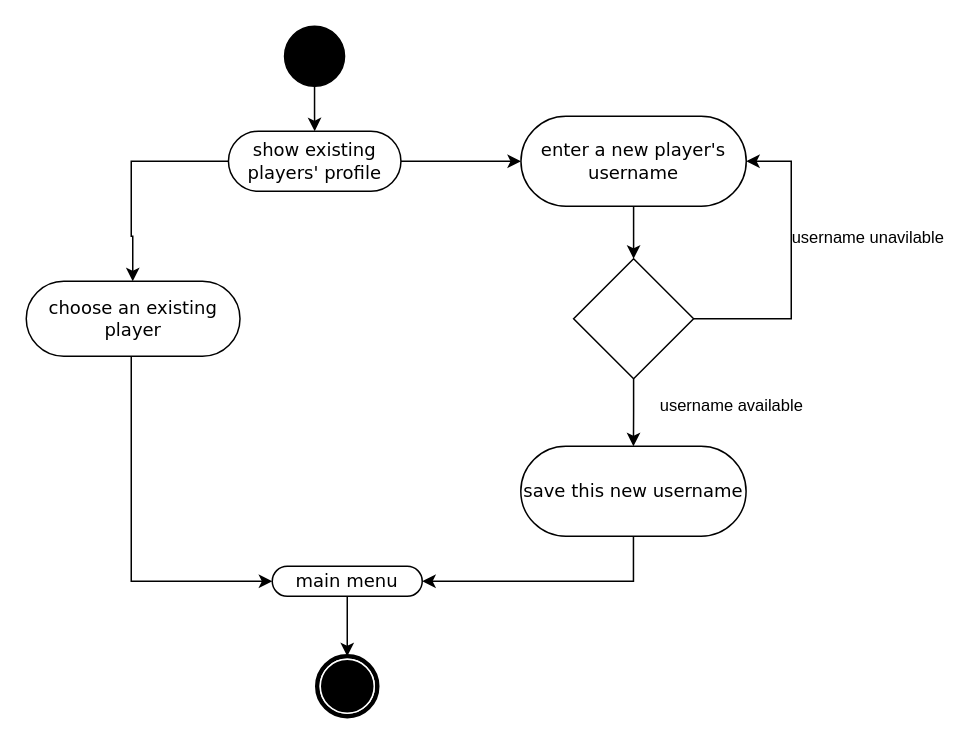
Before: choose player's profile.drawio in maxinimize/uml, a draw.io diagram. Source tidied: cells renumbered, new cells numbered last; positions are measured from the earlier drawing's top-left corner, leaving out a move shared by most shapes. Both pictures are drawn from the tidied source at 150%, with x=0, y=0 at pixel (26, 26).
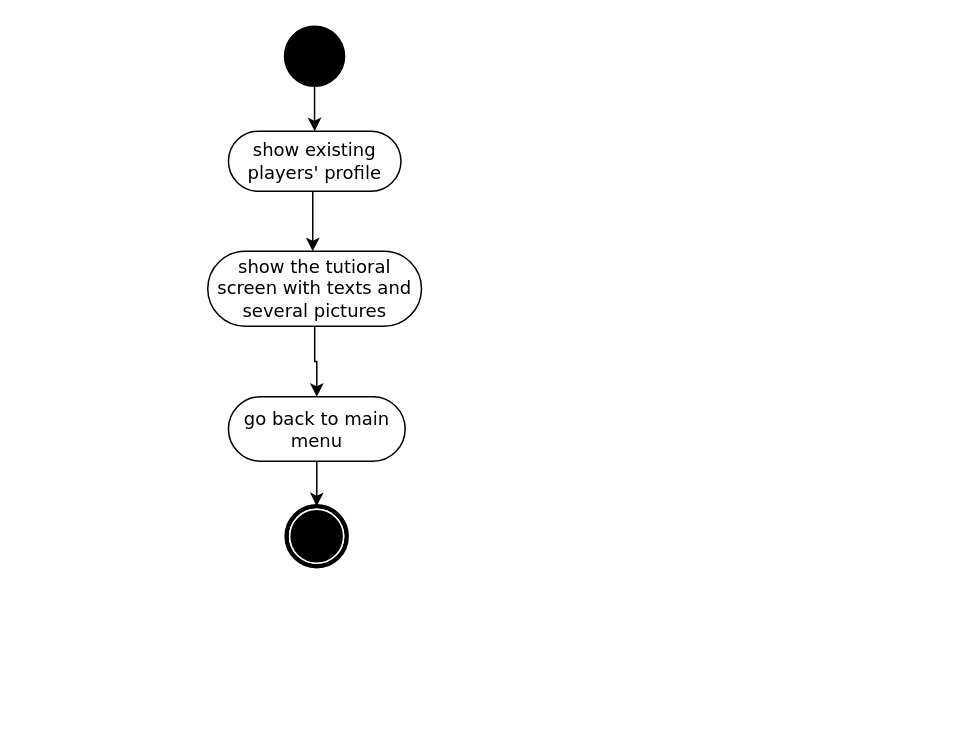
The same diagram, later.

Unchanged cells that the change refers to:
```xml
<mxCell id="16" value="show existing players' profile" style="rounded=1;whiteSpace=wrap;html=1;shadow=0;comic=0;labelBackgroundColor=none;strokeWidth=1;fontFamily=Verdana;fontSize=12;align=center;arcSize=50;" parent="1" vertex="1">
  <mxGeometry x="134.8" y="70" width="115" height="40" as="geometry" />
</mxCell>
```

Diff of the diagram source:
```diff
@@
     <mxCell id="2" style="edgeStyle=orthogonalEdgeStyle;rounded=0;jettySize=auto;html=1;" parent="1" edge="1" source="3" target="7">
-      <mxGeometry relative="1" as="geometry">
-        <Array as="points">
-          <mxPoint x="70" y="370" />
-        </Array>
-      </mxGeometry>
+      <mxGeometry relative="1" as="geometry" />
     </mxCell>
-    <mxCell id="3" value="choose an existing player" style="rounded=1;whiteSpace=wrap;html=1;shadow=0;comic=0;labelBackgroundColor=none;strokeWidth=1;fontFamily=Verdana;fontSize=12;align=center;arcSize=50;" parent="1" vertex="1">
-      <mxGeometry y="170" width="142.5" height="50" as="geometry" />
+    <mxCell id="3" value="show the tutioral screen with texts and several pictures" style="rounded=1;whiteSpace=wrap;html=1;shadow=0;comic=0;labelBackgroundColor=none;strokeWidth=1;fontFamily=Verdana;fontSize=12;align=center;arcSize=50;" parent="1" vertex="1">
+      <mxGeometry x="121" y="150" width="142.5" height="50" as="geometry" />
     </mxCell>
@@
-    <mxCell id="7" value="main menu" style="rounded=1;whiteSpace=wrap;html=1;shadow=0;comic=0;labelBackgroundColor=none;strokeWidth=1;fontFamily=Verdana;fontSize=12;align=center;arcSize=50;" parent="1" vertex="1">
-      <mxGeometry x="164" y="360" width="100" height="20" as="geometry" />
+    <mxCell id="7" value="go back to main menu" style="rounded=1;whiteSpace=wrap;html=1;shadow=0;comic=0;labelBackgroundColor=none;strokeWidth=1;fontFamily=Verdana;fontSize=12;align=center;arcSize=50;" parent="1" vertex="1">
+      <mxGeometry x="134.8" y="247" width="117.8" height="43" as="geometry" />
     </mxCell>
-    <mxCell id="8" style="edgeStyle=orthogonalEdgeStyle;rounded=0;jettySize=auto;html=1;entryX=1;entryY=0.5;entryDx=0;entryDy=0;" parent="1" edge="1" source="12" target="18">
-      <mxGeometry relative="1" as="geometry">
-        <Array as="points">
-          <mxPoint x="510" y="195" />
-          <mxPoint x="510" y="90" />
-        </Array>
-      </mxGeometry>
-    </mxCell>
-    <mxCell id="9" value="username unavilable" style="edgeLabel;html=1;align=center;verticalAlign=middle;" parent="8" vertex="1">
-      <mxGeometry x="0.33" y="-4" relative="1" as="geometry">
-        <mxPoint x="46" y="13" as="offset" />
-      </mxGeometry>
-    </mxCell>
-    <mxCell id="10" style="edgeStyle=orthogonalEdgeStyle;rounded=0;jettySize=auto;html=1;" parent="1" edge="1" source="12" target="20">
-      <mxGeometry relative="1" as="geometry" />
-    </mxCell>
-    <mxCell id="11" value="username available" style="edgeLabel;html=1;align=center;verticalAlign=middle;" parent="10" vertex="1">
-      <mxGeometry x="-0.24" y="3" relative="1" as="geometry">
-        <mxPoint x="62" as="offset" />
-      </mxGeometry>
-    </mxCell>
-    <mxCell id="12" style="rhombus;whiteSpace=wrap;html=1;" parent="1" vertex="1">
-      <mxGeometry x="364.9" y="155" width="80" height="80" as="geometry" />
-    </mxCell>
     <mxCell id="13" style="shape=mxgraph.bpmn.shape;html=1;verticalLabelPosition=bottom;labelBackgroundColor=#ffffff;verticalAlign=top;perimeter=ellipsePerimeter;outline=end;symbol=terminate;rounded=0;shadow=0;comic=0;strokeWidth=1;fontFamily=Verdana;fontSize=12;align=center;" parent="1" vertex="1">
-      <mxGeometry x="194" y="420" width="40" height="40" as="geometry" />
+      <mxGeometry x="173.6" y="320" width="40" height="40" as="geometry" />
     </mxCell>
     <mxCell id="14" style="edgeStyle=orthogonalEdgeStyle;rounded=0;jettySize=auto;html=1;" parent="1" edge="1" source="16" target="3">
       <mxGeometry relative="1" as="geometry">
         <Array as="points">
-          <mxPoint x="70" y="90" />
-          <mxPoint x="70" y="140" />
-          <mxPoint x="71" y="140" />
+          <mxPoint x="191" y="130" />
+          <mxPoint x="191" y="130" />
         </Array>
       </mxGeometry>
     </mxCell>
-    <mxCell id="15" style="edgeStyle=orthogonalEdgeStyle;rounded=0;jettySize=auto;html=1;" parent="1" edge="1" source="16" target="18">
-      <mxGeometry relative="1" as="geometry" />
-    </mxCell>
@@
-    <mxCell id="17" style="edgeStyle=orthogonalEdgeStyle;rounded=0;jettySize=auto;html=1;" parent="1" edge="1" source="18" target="12">
-      <mxGeometry relative="1" as="geometry" />
-    </mxCell>
-    <mxCell id="18" value="enter a new player's username" style="rounded=1;whiteSpace=wrap;html=1;shadow=0;comic=0;labelBackgroundColor=none;strokeWidth=1;fontFamily=Verdana;fontSize=12;align=center;arcSize=50;" parent="1" vertex="1">
-      <mxGeometry x="329.8" y="60" width="150.2" height="60" as="geometry" />
-    </mxCell>
-    <mxCell id="19" style="edgeStyle=orthogonalEdgeStyle;rounded=0;jettySize=auto;html=1;entryX=1;entryY=0.5;entryDx=0;entryDy=0;" parent="1" edge="1" source="20" target="7">
-      <mxGeometry relative="1" as="geometry">
-        <Array as="points">
-          <mxPoint x="405" y="370" />
-        </Array>
-      </mxGeometry>
-    </mxCell>
-    <mxCell id="20" value="save this new username" style="rounded=1;whiteSpace=wrap;html=1;shadow=0;comic=0;labelBackgroundColor=none;strokeWidth=1;fontFamily=Verdana;fontSize=12;align=center;arcSize=50;" parent="1" vertex="1">
-      <mxGeometry x="329.7" y="280" width="150.2" height="60" as="geometry" />
-    </mxCell>
```
